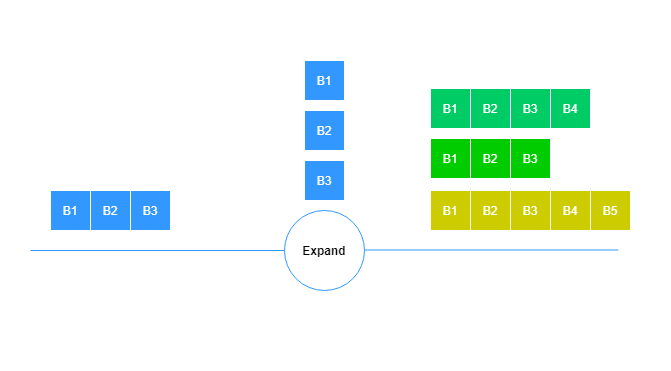
Earlier version of the draw.io export assets/images/figure/conception-feature/conception/stream_expand_process.png (modelbox-ai/modelbox-book). Source tidied: cells renumbered, new cells last; positions are measured from the earlier drawing's top-left corner, leaving out a move shared by most shapes. Its diagram source:
```xml
<mxGraphModel>
  <root>
    <mxCell id="0" />
    <mxCell id="1" parent="0" />
    <mxCell id="2" style="rounded=0;whiteSpace=wrap;html=1;fontColor=#000000;strokeColor=#FFFFFF;fillColor=#FFFFFF;" parent="1" vertex="1">
      <mxGeometry width="670" height="370" as="geometry" />
    </mxCell>
    <mxCell id="3" value="&lt;font color=&quot;#000000&quot;&gt;Expand&lt;/font&gt;" style="ellipse;whiteSpace=wrap;html=1;strokeColor=#3298FF;fillColor=#FFFFFF;fontStyle=1;" parent="1" vertex="1">
      <mxGeometry x="284" y="210" width="80" height="80" as="geometry" />
    </mxCell>
    <mxCell id="4" style="endArrow=none;html=1;entryX=0;entryY=0.5;entryDx=0;entryDy=0;strokeColor=#3298FF;" parent="1" edge="1" target="3">
      <mxGeometry relative="1" as="geometry">
        <mxPoint x="30" y="250" as="sourcePoint" />
      </mxGeometry>
    </mxCell>
    <mxCell id="5" style="endArrow=none;html=1;entryX=0;entryY=0.5;entryDx=0;entryDy=0;strokeColor=#3298FF;" parent="1" edge="1">
      <mxGeometry relative="1" as="geometry">
        <mxPoint x="364" y="249.5" as="sourcePoint" />
        <mxPoint x="618" y="249.5" as="targetPoint" />
      </mxGeometry>
    </mxCell>
    <mxCell id="6" value="B1" style="rounded=0;whiteSpace=wrap;html=1;strokeColor=#FFFFFF;fillColor=#3298FF;fontColor=#FFFFFF;" parent="1" vertex="1">
      <mxGeometry x="50" y="190" width="40" height="40" as="geometry" />
    </mxCell>
    <mxCell id="7" value="B2" style="rounded=0;whiteSpace=wrap;html=1;strokeColor=#FFFFFF;fillColor=#3298FF;fontColor=#FFFFFF;" parent="1" vertex="1">
      <mxGeometry x="90" y="190" width="40" height="40" as="geometry" />
    </mxCell>
    <mxCell id="8" value="B3" style="rounded=0;whiteSpace=wrap;html=1;strokeColor=#FFFFFF;fillColor=#3298FF;fontColor=#FFFFFF;" parent="1" vertex="1">
      <mxGeometry x="130" y="190" width="40" height="40" as="geometry" />
    </mxCell>
    <mxCell id="9" value="B1" style="rounded=0;whiteSpace=wrap;html=1;strokeColor=#FFFFFF;fillColor=#00CC66;fontColor=#FFFFFF;" parent="1" vertex="1">
      <mxGeometry x="430" y="88" width="40" height="40" as="geometry" />
    </mxCell>
    <mxCell id="10" value="B2" style="rounded=0;whiteSpace=wrap;html=1;strokeColor=#FFFFFF;fillColor=#00CC66;fontColor=#FFFFFF;" parent="1" vertex="1">
      <mxGeometry x="470" y="88" width="40" height="40" as="geometry" />
    </mxCell>
    <mxCell id="11" value="B3" style="rounded=0;whiteSpace=wrap;html=1;strokeColor=#FFFFFF;fillColor=#00CC66;fontColor=#FFFFFF;" parent="1" vertex="1">
      <mxGeometry x="510" y="88" width="40" height="40" as="geometry" />
    </mxCell>
    <mxCell id="12" value="B1" style="rounded=0;whiteSpace=wrap;html=1;strokeColor=#FFFFFF;fillColor=#00CC00;fontColor=#FFFFFF;" parent="1" vertex="1">
      <mxGeometry x="430" y="138" width="40" height="40" as="geometry" />
    </mxCell>
    <mxCell id="13" value="B2" style="rounded=0;whiteSpace=wrap;html=1;strokeColor=#FFFFFF;fillColor=#00CC00;fontColor=#FFFFFF;" parent="1" vertex="1">
      <mxGeometry x="470" y="138" width="40" height="40" as="geometry" />
    </mxCell>
    <mxCell id="14" value="B3" style="rounded=0;whiteSpace=wrap;html=1;strokeColor=#FFFFFF;fillColor=#00CC00;fontColor=#FFFFFF;" parent="1" vertex="1">
      <mxGeometry x="510" y="138" width="40" height="40" as="geometry" />
    </mxCell>
    <mxCell id="15" value="B4" style="rounded=0;whiteSpace=wrap;html=1;strokeColor=#FFFFFF;fillColor=#00CC66;fontColor=#FFFFFF;" parent="1" vertex="1">
      <mxGeometry x="550" y="88" width="40" height="40" as="geometry" />
    </mxCell>
    <mxCell id="16" value="B1" style="rounded=0;whiteSpace=wrap;html=1;strokeColor=#FFFFFF;fillColor=#3298FF;fontColor=#FFFFFF;" parent="1" vertex="1">
      <mxGeometry x="304" y="60" width="40" height="40" as="geometry" />
    </mxCell>
    <mxCell id="17" value="B2" style="rounded=0;whiteSpace=wrap;html=1;strokeColor=#FFFFFF;fillColor=#3298FF;fontColor=#FFFFFF;" parent="1" vertex="1">
      <mxGeometry x="304" y="110" width="40" height="40" as="geometry" />
    </mxCell>
    <mxCell id="18" value="B3" style="rounded=0;whiteSpace=wrap;html=1;strokeColor=#FFFFFF;fillColor=#3298FF;fontColor=#FFFFFF;" parent="1" vertex="1">
      <mxGeometry x="304" y="160" width="40" height="40" as="geometry" />
    </mxCell>
    <mxCell id="19" value="B1" style="rounded=0;whiteSpace=wrap;html=1;strokeColor=#FFFFFF;fillColor=#CCCC00;fontColor=#FFFFFF;" parent="1" vertex="1">
      <mxGeometry x="430" y="190" width="40" height="40" as="geometry" />
    </mxCell>
    <mxCell id="20" value="B2" style="rounded=0;whiteSpace=wrap;html=1;strokeColor=#FFFFFF;fillColor=#CCCC00;fontColor=#FFFFFF;" parent="1" vertex="1">
      <mxGeometry x="470" y="190" width="40" height="40" as="geometry" />
    </mxCell>
    <mxCell id="21" value="B3" style="rounded=0;whiteSpace=wrap;html=1;strokeColor=#FFFFFF;fillColor=#CCCC00;fontColor=#FFFFFF;" parent="1" vertex="1">
      <mxGeometry x="510" y="190" width="40" height="40" as="geometry" />
    </mxCell>
    <mxCell id="22" value="B4" style="rounded=0;whiteSpace=wrap;html=1;strokeColor=#FFFFFF;fillColor=#CCCC00;fontColor=#FFFFFF;" parent="1" vertex="1">
      <mxGeometry x="550" y="190" width="40" height="40" as="geometry" />
    </mxCell>
    <mxCell id="23" value="B5" style="rounded=0;whiteSpace=wrap;html=1;strokeColor=#FFFFFF;fillColor=#CCCC00;fontColor=#FFFFFF;" parent="1" vertex="1">
      <mxGeometry x="590" y="190" width="40" height="40" as="geometry" />
    </mxCell>
  </root>
</mxGraphModel>
```
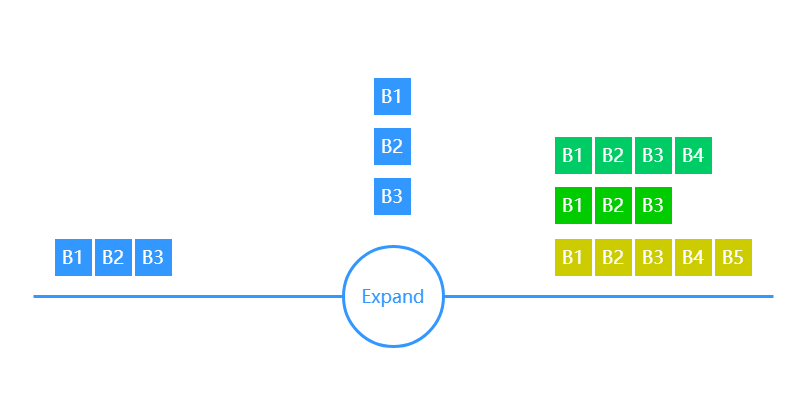
Later version of the same file.

Diff of the diagram source:
```diff
@@ -2,75 +2,74 @@
   <root>
     <mxCell id="0" />
     <mxCell id="1" parent="0" />
-    <mxCell id="2" style="rounded=0;whiteSpace=wrap;html=1;fontColor=#000000;strokeColor=#FFFFFF;fillColor=#FFFFFF;" parent="1" vertex="1">
-      <mxGeometry width="670" height="370" as="geometry" />
+    <mxCell id="2" style="rounded=0;whiteSpace=wrap;html=1;fontColor=#000000;strokeColor=#FFFFFF;fillColor=#FFFFFF;fontSize=18;" parent="1" vertex="1">
+      <mxGeometry x="-123" y="-47" width="800" height="400" as="geometry" />
     </mxCell>
-    <mxCell id="3" value="&lt;font color=&quot;#000000&quot;&gt;Expand&lt;/font&gt;" style="ellipse;whiteSpace=wrap;html=1;strokeColor=#3298FF;fillColor=#FFFFFF;fontStyle=1;" parent="1" vertex="1">
-      <mxGeometry x="284" y="210" width="80" height="80" as="geometry" />
+    <mxCell id="3" value="&lt;font style=&quot;font-size: 18px;&quot;&gt;Expand&lt;/font&gt;" style="ellipse;whiteSpace=wrap;html=1;strokeColor=#3298FF;fillColor=#FFFFFF;fontStyle=0;fontSize=18;strokeWidth=3;fontColor=#3298FF;fontFamily=Microsoft YaHei;" parent="1" vertex="1">
+      <mxGeometry x="220" y="199" width="100" height="100" as="geometry" />
     </mxCell>
-    <mxCell id="4" style="endArrow=none;html=1;entryX=0;entryY=0.5;entryDx=0;entryDy=0;strokeColor=#3298FF;" parent="1" edge="1" target="3">
+    <mxCell id="4" style="endArrow=none;html=1;entryX=0;entryY=0.5;entryDx=0;entryDy=0;strokeColor=#3298FF;fontSize=18;strokeWidth=3;fontFamily=Microsoft YaHei;fontStyle=0;" parent="1" edge="1" target="3">
       <mxGeometry relative="1" as="geometry">
-        <mxPoint x="30" y="250" as="sourcePoint" />
+        <mxPoint x="-90" y="249" as="sourcePoint" />
       </mxGeometry>
     </mxCell>
-    <mxCell id="5" style="endArrow=none;html=1;entryX=0;entryY=0.5;entryDx=0;entryDy=0;strokeColor=#3298FF;" parent="1" edge="1">
+    <mxCell id="5" style="endArrow=none;html=1;strokeColor=#3298FF;fontSize=18;strokeWidth=3;exitX=1;exitY=0.5;exitDx=0;exitDy=0;fontFamily=Microsoft YaHei;fontStyle=0;" parent="1" edge="1" source="3">
       <mxGeometry relative="1" as="geometry">
-        <mxPoint x="364" y="249.5" as="sourcePoint" />
-        <mxPoint x="618" y="249.5" as="targetPoint" />
+        <mxPoint x="650" y="249" as="targetPoint" />
       </mxGeometry>
     </mxCell>
-    <mxCell id="6" value="B1" style="rounded=0;whiteSpace=wrap;html=1;strokeColor=#FFFFFF;fillColor=#3298FF;fontColor=#FFFFFF;" parent="1" vertex="1">
-      <mxGeometry x="50" y="190" width="40" height="40" as="geometry" />
+    <mxCell id="6" value="B1" style="rounded=0;whiteSpace=wrap;html=1;strokeColor=#FFFFFF;fillColor=#3298FF;fontColor=#FFFFFF;fontSize=18;strokeWidth=3;fontFamily=Microsoft YaHei;fontStyle=0;" parent="1" vertex="1">
+      <mxGeometry x="-70" y="190" width="40" height="40" as="geometry" />
     </mxCell>
-    <mxCell id="7" value="B2" style="rounded=0;whiteSpace=wrap;html=1;strokeColor=#FFFFFF;fillColor=#3298FF;fontColor=#FFFFFF;" parent="1" vertex="1">
-      <mxGeometry x="90" y="190" width="40" height="40" as="geometry" />
+    <mxCell id="7" value="B2" style="rounded=0;whiteSpace=wrap;html=1;strokeColor=#FFFFFF;fillColor=#3298FF;fontColor=#FFFFFF;fontSize=18;strokeWidth=3;fontFamily=Microsoft YaHei;fontStyle=0;" parent="1" vertex="1">
+      <mxGeometry x="-30" y="190" width="40" height="40" as="geometry" />
     </mxCell>
-    <mxCell id="8" value="B3" style="rounded=0;whiteSpace=wrap;html=1;strokeColor=#FFFFFF;fillColor=#3298FF;fontColor=#FFFFFF;" parent="1" vertex="1">
-      <mxGeometry x="130" y="190" width="40" height="40" as="geometry" />
+    <mxCell id="8" value="B3" style="rounded=0;whiteSpace=wrap;html=1;strokeColor=#FFFFFF;fillColor=#3298FF;fontColor=#FFFFFF;fontSize=18;strokeWidth=3;fontFamily=Microsoft YaHei;fontStyle=0;" parent="1" vertex="1">
+      <mxGeometry x="10" y="190" width="40" height="40" as="geometry" />
     </mxCell>
-    <mxCell id="9" value="B1" style="rounded=0;whiteSpace=wrap;html=1;strokeColor=#FFFFFF;fillColor=#00CC66;fontColor=#FFFFFF;" parent="1" vertex="1">
+    <mxCell id="9" value="B1" style="rounded=0;whiteSpace=wrap;html=1;strokeColor=#FFFFFF;fillColor=#00CC66;fontColor=#FFFFFF;fontSize=18;strokeWidth=3;fontFamily=Microsoft YaHei;fontStyle=0;" parent="1" vertex="1">
       <mxGeometry x="430" y="88" width="40" height="40" as="geometry" />
     </mxCell>
-    <mxCell id="10" value="B2" style="rounded=0;whiteSpace=wrap;html=1;strokeColor=#FFFFFF;fillColor=#00CC66;fontColor=#FFFFFF;" parent="1" vertex="1">
+    <mxCell id="10" value="B2" style="rounded=0;whiteSpace=wrap;html=1;strokeColor=#FFFFFF;fillColor=#00CC66;fontColor=#FFFFFF;fontSize=18;strokeWidth=3;fontFamily=Microsoft YaHei;fontStyle=0;" parent="1" vertex="1">
       <mxGeometry x="470" y="88" width="40" height="40" as="geometry" />
     </mxCell>
-    <mxCell id="11" value="B3" style="rounded=0;whiteSpace=wrap;html=1;strokeColor=#FFFFFF;fillColor=#00CC66;fontColor=#FFFFFF;" parent="1" vertex="1">
+    <mxCell id="11" value="B3" style="rounded=0;whiteSpace=wrap;html=1;strokeColor=#FFFFFF;fillColor=#00CC66;fontColor=#FFFFFF;fontSize=18;strokeWidth=3;fontFamily=Microsoft YaHei;fontStyle=0;" parent="1" vertex="1">
       <mxGeometry x="510" y="88" width="40" height="40" as="geometry" />
     </mxCell>
-    <mxCell id="12" value="B1" style="rounded=0;whiteSpace=wrap;html=1;strokeColor=#FFFFFF;fillColor=#00CC00;fontColor=#FFFFFF;" parent="1" vertex="1">
+    <mxCell id="12" value="B1" style="rounded=0;whiteSpace=wrap;html=1;strokeColor=#FFFFFF;fillColor=#00CC00;fontColor=#FFFFFF;fontSize=18;strokeWidth=3;fontFamily=Microsoft YaHei;fontStyle=0;" parent="1" vertex="1">
       <mxGeometry x="430" y="138" width="40" height="40" as="geometry" />
     </mxCell>
-    <mxCell id="13" value="B2" style="rounded=0;whiteSpace=wrap;html=1;strokeColor=#FFFFFF;fillColor=#00CC00;fontColor=#FFFFFF;" parent="1" vertex="1">
+    <mxCell id="13" value="B2" style="rounded=0;whiteSpace=wrap;html=1;strokeColor=#FFFFFF;fillColor=#00CC00;fontColor=#FFFFFF;fontSize=18;strokeWidth=3;fontFamily=Microsoft YaHei;fontStyle=0;" parent="1" vertex="1">
       <mxGeometry x="470" y="138" width="40" height="40" as="geometry" />
     </mxCell>
-    <mxCell id="14" value="B3" style="rounded=0;whiteSpace=wrap;html=1;strokeColor=#FFFFFF;fillColor=#00CC00;fontColor=#FFFFFF;" parent="1" vertex="1">
+    <mxCell id="14" value="B3" style="rounded=0;whiteSpace=wrap;html=1;strokeColor=#FFFFFF;fillColor=#00CC00;fontColor=#FFFFFF;fontSize=18;strokeWidth=3;fontFamily=Microsoft YaHei;fontStyle=0;" parent="1" vertex="1">
       <mxGeometry x="510" y="138" width="40" height="40" as="geometry" />
     </mxCell>
-    <mxCell id="15" value="B4" style="rounded=0;whiteSpace=wrap;html=1;strokeColor=#FFFFFF;fillColor=#00CC66;fontColor=#FFFFFF;" parent="1" vertex="1">
+    <mxCell id="15" value="B4" style="rounded=0;whiteSpace=wrap;html=1;strokeColor=#FFFFFF;fillColor=#00CC66;fontColor=#FFFFFF;fontSize=18;strokeWidth=3;fontFamily=Microsoft YaHei;fontStyle=0;" parent="1" vertex="1">
       <mxGeometry x="550" y="88" width="40" height="40" as="geometry" />
     </mxCell>
-    <mxCell id="16" value="B1" style="rounded=0;whiteSpace=wrap;html=1;strokeColor=#FFFFFF;fillColor=#3298FF;fontColor=#FFFFFF;" parent="1" vertex="1">
-      <mxGeometry x="304" y="60" width="40" height="40" as="geometry" />
+    <mxCell id="16" value="B1" style="rounded=0;whiteSpace=wrap;html=1;strokeColor=#FFFFFF;fillColor=#3298FF;fontColor=#FFFFFF;fontSize=18;strokeWidth=3;fontFamily=Microsoft YaHei;fontStyle=0;" parent="1" vertex="1">
+      <mxGeometry x="249" y="29" width="40" height="40" as="geometry" />
     </mxCell>
-    <mxCell id="17" value="B2" style="rounded=0;whiteSpace=wrap;html=1;strokeColor=#FFFFFF;fillColor=#3298FF;fontColor=#FFFFFF;" parent="1" vertex="1">
-      <mxGeometry x="304" y="110" width="40" height="40" as="geometry" />
+    <mxCell id="17" value="B2" style="rounded=0;whiteSpace=wrap;html=1;strokeColor=#FFFFFF;fillColor=#3298FF;fontColor=#FFFFFF;fontSize=18;strokeWidth=3;fontFamily=Microsoft YaHei;fontStyle=0;" parent="1" vertex="1">
+      <mxGeometry x="249" y="79" width="40" height="40" as="geometry" />
     </mxCell>
-    <mxCell id="18" value="B3" style="rounded=0;whiteSpace=wrap;html=1;strokeColor=#FFFFFF;fillColor=#3298FF;fontColor=#FFFFFF;" parent="1" vertex="1">
-      <mxGeometry x="304" y="160" width="40" height="40" as="geometry" />
+    <mxCell id="18" value="B3" style="rounded=0;whiteSpace=wrap;html=1;strokeColor=#FFFFFF;fillColor=#3298FF;fontColor=#FFFFFF;fontSize=18;strokeWidth=3;fontFamily=Microsoft YaHei;fontStyle=0;" parent="1" vertex="1">
+      <mxGeometry x="249" y="129" width="40" height="40" as="geometry" />
     </mxCell>
-    <mxCell id="19" value="B1" style="rounded=0;whiteSpace=wrap;html=1;strokeColor=#FFFFFF;fillColor=#CCCC00;fontColor=#FFFFFF;" parent="1" vertex="1">
+    <mxCell id="19" value="B1" style="rounded=0;whiteSpace=wrap;html=1;strokeColor=#FFFFFF;fillColor=#CCCC00;fontColor=#FFFFFF;fontSize=18;strokeWidth=3;fontFamily=Microsoft YaHei;fontStyle=0;" parent="1" vertex="1">
       <mxGeometry x="430" y="190" width="40" height="40" as="geometry" />
     </mxCell>
-    <mxCell id="20" value="B2" style="rounded=0;whiteSpace=wrap;html=1;strokeColor=#FFFFFF;fillColor=#CCCC00;fontColor=#FFFFFF;" parent="1" vertex="1">
+    <mxCell id="20" value="B2" style="rounded=0;whiteSpace=wrap;html=1;strokeColor=#FFFFFF;fillColor=#CCCC00;fontColor=#FFFFFF;fontSize=18;strokeWidth=3;fontFamily=Microsoft YaHei;fontStyle=0;" parent="1" vertex="1">
       <mxGeometry x="470" y="190" width="40" height="40" as="geometry" />
     </mxCell>
-    <mxCell id="21" value="B3" style="rounded=0;whiteSpace=wrap;html=1;strokeColor=#FFFFFF;fillColor=#CCCC00;fontColor=#FFFFFF;" parent="1" vertex="1">
+    <mxCell id="21" value="B3" style="rounded=0;whiteSpace=wrap;html=1;strokeColor=#FFFFFF;fillColor=#CCCC00;fontColor=#FFFFFF;fontSize=18;strokeWidth=3;fontFamily=Microsoft YaHei;fontStyle=0;" parent="1" vertex="1">
       <mxGeometry x="510" y="190" width="40" height="40" as="geometry" />
     </mxCell>
-    <mxCell id="22" value="B4" style="rounded=0;whiteSpace=wrap;html=1;strokeColor=#FFFFFF;fillColor=#CCCC00;fontColor=#FFFFFF;" parent="1" vertex="1">
+    <mxCell id="22" value="B4" style="rounded=0;whiteSpace=wrap;html=1;strokeColor=#FFFFFF;fillColor=#CCCC00;fontColor=#FFFFFF;fontSize=18;strokeWidth=3;fontFamily=Microsoft YaHei;fontStyle=0;" parent="1" vertex="1">
       <mxGeometry x="550" y="190" width="40" height="40" as="geometry" />
     </mxCell>
-    <mxCell id="23" value="B5" style="rounded=0;whiteSpace=wrap;html=1;strokeColor=#FFFFFF;fillColor=#CCCC00;fontColor=#FFFFFF;" parent="1" vertex="1">
+    <mxCell id="23" value="B5" style="rounded=0;whiteSpace=wrap;html=1;strokeColor=#FFFFFF;fillColor=#CCCC00;fontColor=#FFFFFF;fontSize=18;strokeWidth=3;fontFamily=Microsoft YaHei;fontStyle=0;" parent="1" vertex="1">
       <mxGeometry x="590" y="190" width="40" height="40" as="geometry" />
     </mxCell>
   </root>
```
